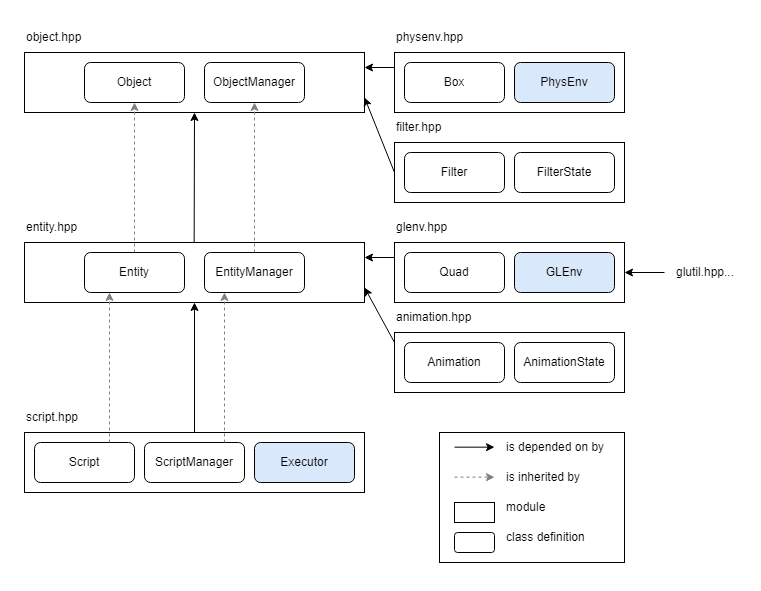
The draw.io diagram design.png in IsaccRojas/Engine, before a commit. Source tidied: cells renumbered, new cells last; positions are measured from the earlier drawing's top-left corner, leaving out a move shared by most shapes. The source it was exported from:
```xml
<mxGraphModel>
  <root>
    <mxCell id="0" />
    <mxCell id="1" parent="0" />
    <mxCell id="2" style="rounded=0;whiteSpace=wrap;html=1;" parent="1" vertex="1">
      <mxGeometry x="415" y="410" width="185" height="130" as="geometry" />
    </mxCell>
    <mxCell id="3" style="rounded=0;whiteSpace=wrap;html=1;" parent="1" vertex="1">
      <mxGeometry x="370" y="220" width="230" height="60" as="geometry" />
    </mxCell>
    <mxCell id="4" style="rounded=0;whiteSpace=wrap;html=1;" parent="1" vertex="1">
      <mxGeometry y="410" width="340" height="60" as="geometry" />
    </mxCell>
    <mxCell id="5" value="ScriptManager" style="rounded=1;whiteSpace=wrap;html=1;" parent="1" vertex="1">
      <mxGeometry x="120" y="420" width="100" height="40" as="geometry" />
    </mxCell>
    <mxCell id="6" value="Script" style="rounded=1;whiteSpace=wrap;html=1;" parent="1" vertex="1">
      <mxGeometry x="10" y="420" width="100" height="40" as="geometry" />
    </mxCell>
    <mxCell id="7" value="Executor" style="rounded=1;whiteSpace=wrap;html=1;fillColor=#DAE8FC;" parent="1" vertex="1">
      <mxGeometry x="230" y="420" width="100" height="40" as="geometry" />
    </mxCell>
    <mxCell id="8" style="rounded=0;whiteSpace=wrap;html=1;" parent="1" vertex="1">
      <mxGeometry y="220" width="340" height="60" as="geometry" />
    </mxCell>
    <mxCell id="9" value="EntityManager" style="rounded=1;whiteSpace=wrap;html=1;" parent="1" vertex="1">
      <mxGeometry x="180" y="230" width="100" height="40" as="geometry" />
    </mxCell>
    <mxCell id="10" value="Entity" style="rounded=1;whiteSpace=wrap;html=1;" parent="1" vertex="1">
      <mxGeometry x="60" y="230" width="100" height="40" as="geometry" />
    </mxCell>
    <mxCell id="11" value="Quad" style="rounded=1;whiteSpace=wrap;html=1;" parent="1" vertex="1">
      <mxGeometry x="380" y="230" width="100" height="40" as="geometry" />
    </mxCell>
    <mxCell id="12" value="GLEnv" style="rounded=1;whiteSpace=wrap;html=1;fillColor=#DAE8FC;" parent="1" vertex="1">
      <mxGeometry x="490" y="230" width="100" height="40" as="geometry" />
    </mxCell>
    <mxCell id="13" style="rounded=0;whiteSpace=wrap;html=1;" parent="1" vertex="1">
      <mxGeometry x="370" y="30" width="230" height="60" as="geometry" />
    </mxCell>
    <mxCell id="14" value="Box" style="rounded=1;whiteSpace=wrap;html=1;" parent="1" vertex="1">
      <mxGeometry x="380" y="40" width="100" height="40" as="geometry" />
    </mxCell>
    <mxCell id="15" value="PhysEnv" style="rounded=1;whiteSpace=wrap;html=1;fillColor=#DAE8FC;" parent="1" vertex="1">
      <mxGeometry x="490" y="40" width="100" height="40" as="geometry" />
    </mxCell>
    <mxCell id="16" style="rounded=0;whiteSpace=wrap;html=1;" parent="1" vertex="1">
      <mxGeometry y="30" width="340" height="60" as="geometry" />
    </mxCell>
    <mxCell id="17" value="ObjectManager" style="rounded=1;whiteSpace=wrap;html=1;" parent="1" vertex="1">
      <mxGeometry x="180" y="40" width="100" height="40" as="geometry" />
    </mxCell>
    <mxCell id="18" value="Object" style="rounded=1;whiteSpace=wrap;html=1;" parent="1" vertex="1">
      <mxGeometry x="60" y="40" width="100" height="40" as="geometry" />
    </mxCell>
    <mxCell id="19" style="rounded=0;whiteSpace=wrap;html=1;" parent="1" vertex="1">
      <mxGeometry x="370" y="120" width="230" height="60" as="geometry" />
    </mxCell>
    <mxCell id="20" value="FilterState" style="rounded=1;whiteSpace=wrap;html=1;" parent="1" vertex="1">
      <mxGeometry x="490" y="130" width="100" height="40" as="geometry" />
    </mxCell>
    <mxCell id="21" style="rounded=0;whiteSpace=wrap;html=1;" parent="1" vertex="1">
      <mxGeometry x="370" y="310" width="230" height="60" as="geometry" />
    </mxCell>
    <mxCell id="22" value="Animation" style="rounded=1;whiteSpace=wrap;html=1;" parent="1" vertex="1">
      <mxGeometry x="380" y="320" width="100" height="40" as="geometry" />
    </mxCell>
    <mxCell id="23" value="AnimationState" style="rounded=1;whiteSpace=wrap;html=1;fillColor=#FFFFFF;" parent="1" vertex="1">
      <mxGeometry x="490" y="320" width="100" height="40" as="geometry" />
    </mxCell>
    <mxCell id="24" value="Filter" style="rounded=1;whiteSpace=wrap;html=1;" parent="1" vertex="1">
      <mxGeometry x="380" y="130" width="100" height="40" as="geometry" />
    </mxCell>
    <mxCell id="25" style="endArrow=classic;html=1;rounded=0;entryX=0.5;entryY=1;entryDx=0;entryDy=0;exitX=0.5;exitY=0;exitDx=0;exitDy=0;" parent="1" edge="1" source="4" target="8">
      <mxGeometry relative="1" as="geometry" />
    </mxCell>
    <mxCell id="26" style="endArrow=classic;html=1;rounded=0;entryX=0.5;entryY=1;entryDx=0;entryDy=0;exitX=0.5;exitY=0;exitDx=0;exitDy=0;" parent="1" edge="1" target="16">
      <mxGeometry relative="1" as="geometry">
        <mxPoint x="169.7" y="220" as="sourcePoint" />
      </mxGeometry>
    </mxCell>
    <mxCell id="27" style="endArrow=classic;html=1;rounded=0;entryX=1;entryY=0.75;entryDx=0;entryDy=0;" parent="1" edge="1" target="8">
      <mxGeometry relative="1" as="geometry">
        <mxPoint x="370" y="320" as="sourcePoint" />
      </mxGeometry>
    </mxCell>
    <mxCell id="28" style="endArrow=classic;html=1;rounded=0;entryX=1;entryY=0.25;entryDx=0;entryDy=0;exitX=0;exitY=0.25;exitDx=0;exitDy=0;" parent="1" edge="1" source="3" target="8">
      <mxGeometry relative="1" as="geometry" />
    </mxCell>
    <mxCell id="29" style="endArrow=classic;html=1;rounded=0;entryX=1;entryY=0.25;entryDx=0;entryDy=0;exitX=0;exitY=0.25;exitDx=0;exitDy=0;" parent="1" edge="1" source="13" target="16">
      <mxGeometry relative="1" as="geometry" />
    </mxCell>
    <mxCell id="30" style="endArrow=classic;html=1;rounded=0;entryX=1;entryY=0.75;entryDx=0;entryDy=0;exitX=0;exitY=0.5;exitDx=0;exitDy=0;" parent="1" edge="1" source="19" target="16">
      <mxGeometry relative="1" as="geometry" />
    </mxCell>
    <mxCell id="31" value="object.hpp" style="text;html=1;strokeColor=none;fillColor=none;align=left;verticalAlign=middle;whiteSpace=wrap;rounded=0;" parent="1" vertex="1">
      <mxGeometry width="60" height="30" as="geometry" />
    </mxCell>
    <mxCell id="32" value="entity.hpp" style="text;html=1;strokeColor=none;fillColor=none;align=left;verticalAlign=middle;whiteSpace=wrap;rounded=0;" parent="1" vertex="1">
      <mxGeometry y="190" width="60" height="30" as="geometry" />
    </mxCell>
    <mxCell id="33" value="script.hpp" style="text;html=1;strokeColor=none;fillColor=none;align=left;verticalAlign=middle;whiteSpace=wrap;rounded=0;" parent="1" vertex="1">
      <mxGeometry y="380" width="60" height="30" as="geometry" />
    </mxCell>
    <mxCell id="34" value="physenv.hpp" style="text;html=1;strokeColor=none;fillColor=none;align=left;verticalAlign=middle;whiteSpace=wrap;rounded=0;" parent="1" vertex="1">
      <mxGeometry x="370" width="70" height="30" as="geometry" />
    </mxCell>
    <mxCell id="35" value="filter.hpp" style="text;html=1;strokeColor=none;fillColor=none;align=left;verticalAlign=middle;whiteSpace=wrap;rounded=0;" parent="1" vertex="1">
      <mxGeometry x="370" y="90" width="50" height="30" as="geometry" />
    </mxCell>
    <mxCell id="36" value="glenv.hpp" style="text;html=1;strokeColor=none;fillColor=none;align=left;verticalAlign=middle;whiteSpace=wrap;rounded=0;" parent="1" vertex="1">
      <mxGeometry x="370" y="190" width="60" height="30" as="geometry" />
    </mxCell>
    <mxCell id="37" value="animation.hpp" style="text;html=1;strokeColor=none;fillColor=none;align=left;verticalAlign=middle;whiteSpace=wrap;rounded=0;" parent="1" vertex="1">
      <mxGeometry x="370" y="280" width="80" height="30" as="geometry" />
    </mxCell>
    <mxCell id="38" style="endArrow=classic;html=1;rounded=0;exitX=0.75;exitY=0;exitDx=0;exitDy=0;dashed=1;strokeColor=#808080;entryX=0.25;entryY=1;entryDx=0;entryDy=0;exitPerimeter=0;" parent="1" edge="1" source="6" target="10">
      <mxGeometry relative="1" as="geometry" />
    </mxCell>
    <mxCell id="39" style="endArrow=classic;html=1;rounded=0;exitX=0.75;exitY=0;exitDx=0;exitDy=0;dashed=1;strokeColor=#808080;entryX=0.25;entryY=1;entryDx=0;entryDy=0;exitPerimeter=0;" parent="1" edge="1">
      <mxGeometry relative="1" as="geometry">
        <mxPoint x="200" y="420" as="sourcePoint" />
        <mxPoint x="200" y="270" as="targetPoint" />
      </mxGeometry>
    </mxCell>
    <mxCell id="40" style="endArrow=classic;html=1;rounded=0;exitX=0.75;exitY=0;exitDx=0;exitDy=0;dashed=1;strokeColor=#808080;entryX=0.25;entryY=1;entryDx=0;entryDy=0;exitPerimeter=0;" parent="1" edge="1">
      <mxGeometry relative="1" as="geometry">
        <mxPoint x="110" y="230" as="sourcePoint" />
        <mxPoint x="110" y="80" as="targetPoint" />
      </mxGeometry>
    </mxCell>
    <mxCell id="41" style="endArrow=classic;html=1;rounded=0;exitX=0.75;exitY=0;exitDx=0;exitDy=0;dashed=1;strokeColor=#808080;entryX=0.25;entryY=1;entryDx=0;entryDy=0;exitPerimeter=0;" parent="1" edge="1">
      <mxGeometry relative="1" as="geometry">
        <mxPoint x="230" y="230" as="sourcePoint" />
        <mxPoint x="230" y="80" as="targetPoint" />
      </mxGeometry>
    </mxCell>
    <mxCell id="42" value="is depended on by" style="text;html=1;strokeColor=none;fillColor=none;align=left;verticalAlign=middle;whiteSpace=wrap;rounded=0;labelPosition=center;verticalLabelPosition=middle;" parent="1" vertex="1">
      <mxGeometry x="480" y="410" width="110" height="30" as="geometry" />
    </mxCell>
    <mxCell id="43" value="is inherited by" style="text;html=1;strokeColor=none;fillColor=none;align=left;verticalAlign=middle;whiteSpace=wrap;rounded=0;labelPosition=center;verticalLabelPosition=middle;" parent="1" vertex="1">
      <mxGeometry x="480" y="440" width="110" height="30" as="geometry" />
    </mxCell>
    <mxCell id="44" value="module" style="text;html=1;strokeColor=none;fillColor=none;align=left;verticalAlign=middle;whiteSpace=wrap;rounded=0;labelPosition=center;verticalLabelPosition=middle;" parent="1" vertex="1">
      <mxGeometry x="480" y="470" width="110" height="30" as="geometry" />
    </mxCell>
    <mxCell id="45" value="class definition" style="text;html=1;strokeColor=none;fillColor=none;align=left;verticalAlign=middle;whiteSpace=wrap;rounded=0;labelPosition=center;verticalLabelPosition=middle;" parent="1" vertex="1">
      <mxGeometry x="480" y="500" width="110" height="30" as="geometry" />
    </mxCell>
    <mxCell id="46" style="endArrow=classic;html=1;rounded=0;exitX=0.5;exitY=0;exitDx=0;exitDy=0;" parent="1" edge="1">
      <mxGeometry relative="1" as="geometry">
        <mxPoint x="430" y="424.7" as="sourcePoint" />
        <mxPoint x="470" y="424.7" as="targetPoint" />
      </mxGeometry>
    </mxCell>
    <mxCell id="47" style="endArrow=classic;html=1;rounded=0;exitX=0.75;exitY=0;exitDx=0;exitDy=0;dashed=1;strokeColor=#808080;exitPerimeter=0;" parent="1" edge="1">
      <mxGeometry relative="1" as="geometry">
        <mxPoint x="430" y="454.7" as="sourcePoint" />
        <mxPoint x="470" y="454.7" as="targetPoint" />
      </mxGeometry>
    </mxCell>
    <mxCell id="48" style="rounded=0;whiteSpace=wrap;html=1;" parent="1" vertex="1">
      <mxGeometry x="430" y="480" width="40" height="20" as="geometry" />
    </mxCell>
    <mxCell id="49" style="rounded=1;whiteSpace=wrap;html=1;" parent="1" vertex="1">
      <mxGeometry x="430" y="510" width="40" height="20" as="geometry" />
    </mxCell>
    <mxCell id="50" style="endArrow=classic;html=1;rounded=0;entryX=1;entryY=0.5;entryDx=0;entryDy=0;" parent="1" edge="1" target="3">
      <mxGeometry relative="1" as="geometry">
        <mxPoint x="640" y="250" as="sourcePoint" />
      </mxGeometry>
    </mxCell>
    <mxCell id="51" value="glutil.hpp..." style="text;html=1;strokeColor=none;fillColor=none;align=left;verticalAlign=middle;whiteSpace=wrap;rounded=0;" parent="1" vertex="1">
      <mxGeometry x="650" y="235" width="60" height="30" as="geometry" />
    </mxCell>
  </root>
</mxGraphModel>
```
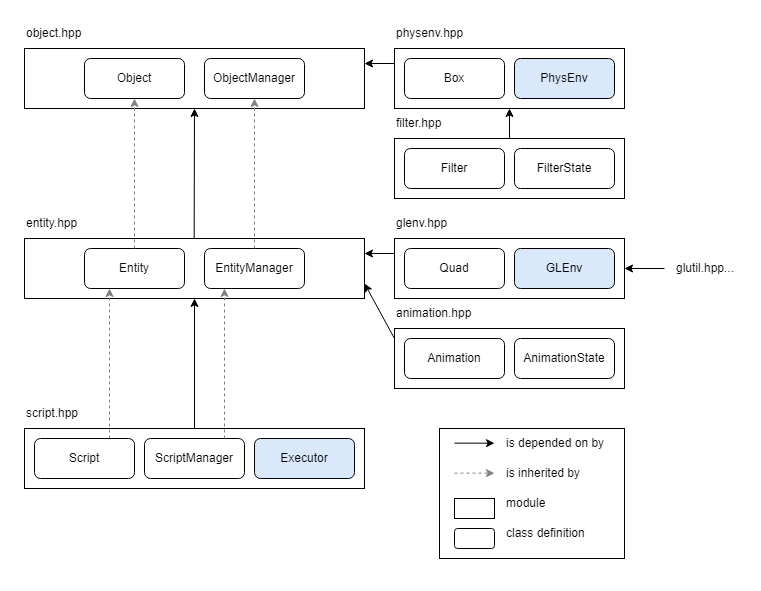
The same diagram one commit later.

Commit message:
Update diagram to reflect changed filter dependency

Change to the diagram source:
```diff
@@ -90,9 +90,6 @@
     <mxCell id="29" style="endArrow=classic;html=1;rounded=0;entryX=1;entryY=0.25;entryDx=0;entryDy=0;exitX=0;exitY=0.25;exitDx=0;exitDy=0;" parent="1" edge="1" source="13" target="16">
       <mxGeometry relative="1" as="geometry" />
     </mxCell>
-    <mxCell id="30" style="endArrow=classic;html=1;rounded=0;entryX=1;entryY=0.75;entryDx=0;entryDy=0;exitX=0;exitY=0.5;exitDx=0;exitDy=0;" parent="1" edge="1" source="19" target="16">
-      <mxGeometry relative="1" as="geometry" />
-    </mxCell>
     <mxCell id="31" value="object.hpp" style="text;html=1;strokeColor=none;fillColor=none;align=left;verticalAlign=middle;whiteSpace=wrap;rounded=0;" parent="1" vertex="1">
       <mxGeometry width="60" height="30" as="geometry" />
     </mxCell>
@@ -173,5 +170,8 @@
     <mxCell id="51" value="glutil.hpp..." style="text;html=1;strokeColor=none;fillColor=none;align=left;verticalAlign=middle;whiteSpace=wrap;rounded=0;" parent="1" vertex="1">
       <mxGeometry x="650" y="235" width="60" height="30" as="geometry" />
     </mxCell>
+    <mxCell id="52" style="endArrow=classic;html=1;rounded=0;exitX=0.5;exitY=0;exitDx=0;exitDy=0;entryX=0.5;entryY=1;entryDx=0;entryDy=0;" parent="1" edge="1" source="19" target="13">
+      <mxGeometry relative="1" as="geometry" />
+    </mxCell>
   </root>
 </mxGraphModel>
```
